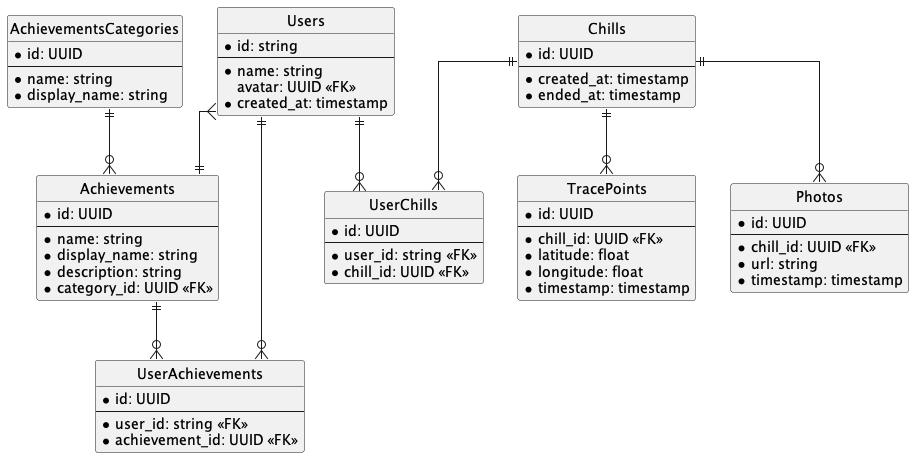
The PlantUML diagram docs/diagram/er_diagram.png in panna-cotta-2023/chilly-daze-gateway, before a commit.
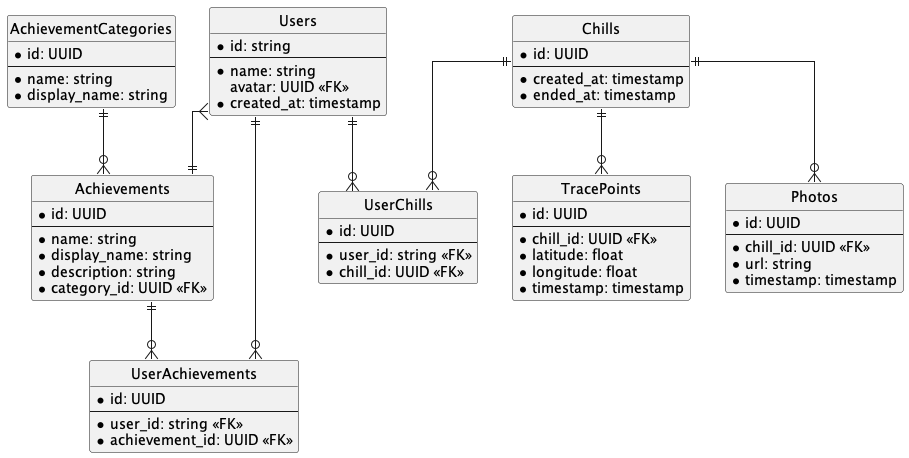
After the change.

What changed in the source:
```diff
@@ -12,7 +12,7 @@
   * created_at: timestamp
 }
 
-entity "AchievementsCategories" {
+entity "AchievementCategories" {
   * id: UUID
   --
   * name: string
@@ -72,7 +72,7 @@
 Chills ||--o{ UserChills
 Chills ||--o{ TracePoints
 Chills ||--o{ Photos
-AchievementsCategories ||--o{ Achievements
+AchievementCategories ||--o{ Achievements
 Users }--|| Achievements
 
 
```
